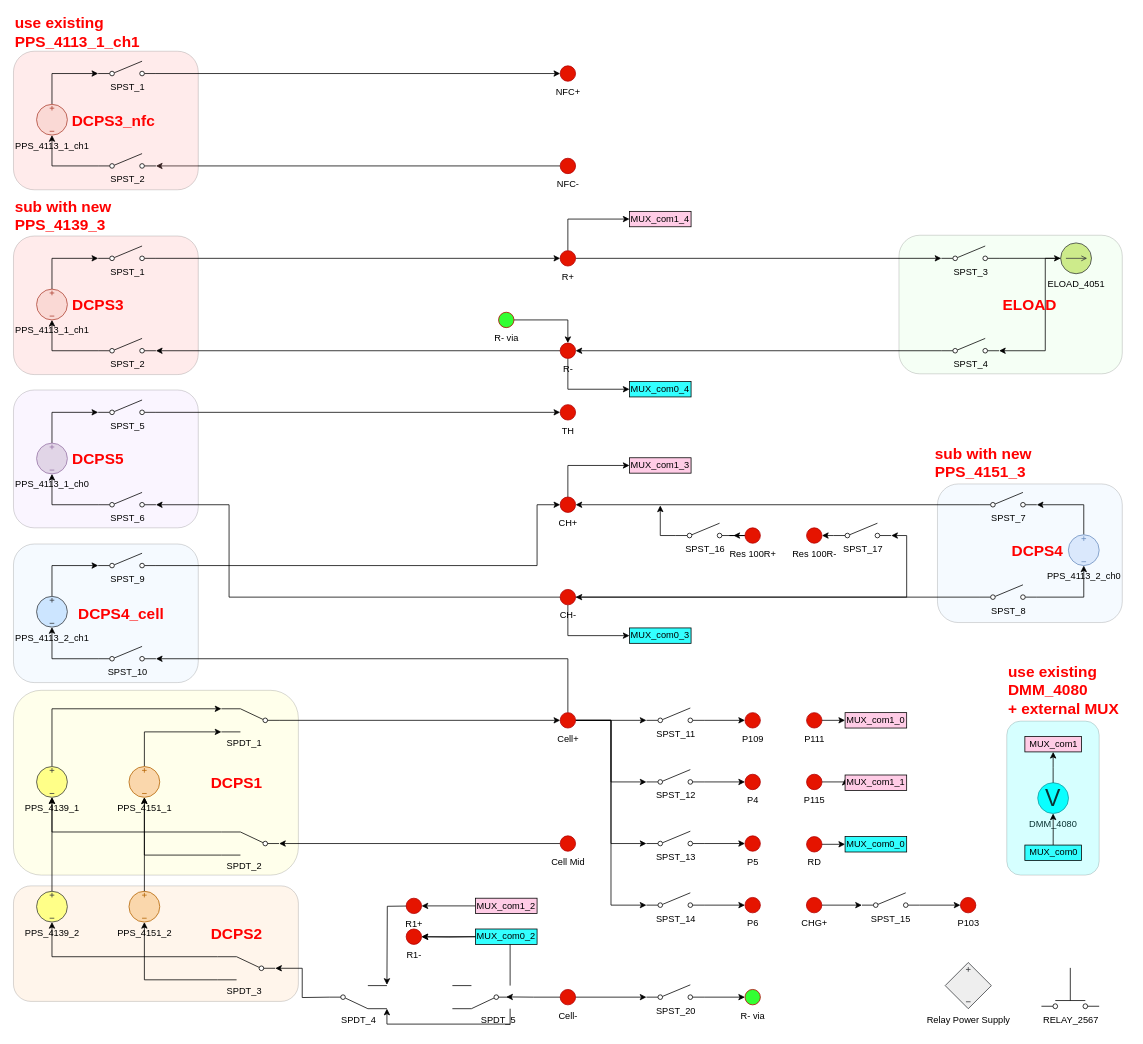
Earlier version of the draw.io diagram BMS_device_B.drawio (ktlim-xy/draw-io). Source tidied: cells renumbered, new cells numbered last; positions are measured from the earlier drawing's top-left corner, leaving out a move shared by most shapes. Both pictures are drawn from the tidied source at 77%, with x=0, y=0 at pixel (13, 20).
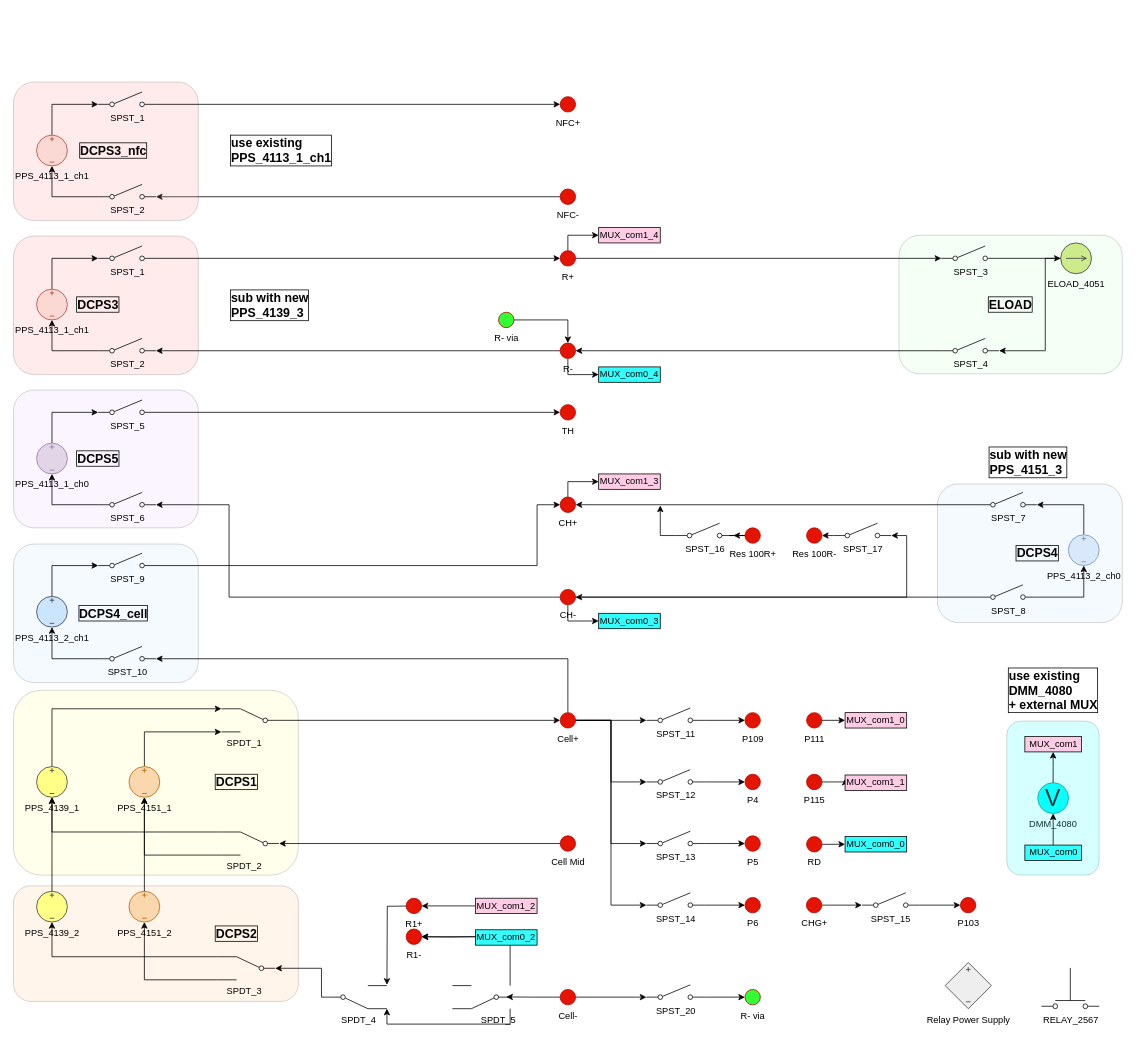
After the change.

The change refers to these unchanged cells:
```xml
<mxCell id="80" style="verticalLabelPosition=bottom;shadow=0;dashed=0;align=center;html=1;verticalAlign=top;shape=mxgraph.electrical.electro-mechanical.twoWayContact2;elSwitchState=2;rotation=-180;" parent="1" vertex="1">
  <mxGeometry x="265" y="1216" width="75" height="30" as="geometry" />
</mxCell>
```

What changed in the source:
```diff
@@
-    <mxCell id="97" value="&lt;span&gt;&lt;font style=&quot;color: rgb(255, 0, 0);&quot;&gt;DCPS1&lt;/font&gt;&lt;/span&gt;" style="text;html=1;whiteSpace=wrap;strokeColor=none;fillColor=none;align=center;verticalAlign=middle;rounded=0;fontSize=20;fontStyle=1;" parent="1" vertex="1">
+    <mxCell id="97" value="&lt;span&gt;&lt;font&gt;DCPS1&lt;/font&gt;&lt;/span&gt;" style="text;html=1;whiteSpace=wrap;strokeColor=none;fillColor=none;align=center;verticalAlign=middle;rounded=0;fontSize=16;fontStyle=1;fontColor=#000000;labelBorderColor=default;" parent="1" vertex="1">
       <mxGeometry x="260" y="974" width="60" height="30" as="geometry" />
     </mxCell>
-    <mxCell id="98" value="&lt;b&gt;&lt;font style=&quot;color: rgb(255, 0, 0);&quot;&gt;DCPS3&lt;/font&gt;&lt;/b&gt;" style="text;html=1;whiteSpace=wrap;strokeColor=none;fillColor=none;align=center;verticalAlign=middle;rounded=0;fontSize=20;" parent="1" vertex="1">
+    <mxCell id="98" value="&lt;span&gt;&lt;font&gt;DCPS3&lt;/font&gt;&lt;/span&gt;" style="text;html=1;whiteSpace=wrap;strokeColor=none;fillColor=none;align=center;verticalAlign=middle;rounded=0;fontSize=16;fontColor=#000000;fontStyle=1;labelBorderColor=default;" parent="1" vertex="1">
       <mxGeometry x="80" y="354" width="60" height="30" as="geometry" />
     </mxCell>
-    <mxCell id="99" value="&lt;b&gt;&lt;font style=&quot;color: rgb(255, 0, 0);&quot;&gt;DCPS4_cell&lt;/font&gt;&lt;/b&gt;" style="text;html=1;whiteSpace=wrap;strokeColor=none;fillColor=none;align=center;verticalAlign=middle;rounded=0;fontSize=20;" parent="1" vertex="1">
-      <mxGeometry x="110" y="755" width="60" height="30" as="geometry" />
+    <mxCell id="99" value="&lt;span&gt;&lt;font&gt;DCPS4_cell&lt;/font&gt;&lt;/span&gt;" style="text;html=1;whiteSpace=wrap;strokeColor=none;fillColor=none;align=center;verticalAlign=middle;rounded=0;fontSize=16;fontColor=#000000;fontStyle=1;labelBorderColor=default;" parent="1" vertex="1">
+      <mxGeometry x="100" y="755" width="60" height="30" as="geometry" />
     </mxCell>
-    <mxCell id="100" value="&lt;b&gt;&lt;font style=&quot;color: rgb(255, 0, 0);&quot;&gt;DCPS4&lt;/font&gt;&lt;/b&gt;" style="text;html=1;whiteSpace=wrap;strokeColor=none;fillColor=none;align=center;verticalAlign=middle;rounded=0;fontSize=20;" parent="1" vertex="1">
-      <mxGeometry x="1300" y="673" width="60" height="30" as="geometry" />
+    <mxCell id="100" value="&lt;span&gt;&lt;font&gt;DCPS4&lt;/font&gt;&lt;/span&gt;" style="text;html=1;whiteSpace=wrap;strokeColor=none;fillColor=none;align=center;verticalAlign=middle;rounded=0;fontSize=16;fontColor=#000000;fontStyle=1;labelBorderColor=default;" parent="1" vertex="1">
+      <mxGeometry x="1300" y="677" width="60" height="30" as="geometry" />
     </mxCell>
-    <mxCell id="101" value="&lt;b&gt;&lt;font style=&quot;color: rgb(255, 0, 0);&quot;&gt;DCPS5&lt;/font&gt;&lt;/b&gt;" style="text;html=1;whiteSpace=wrap;strokeColor=none;fillColor=none;align=center;verticalAlign=middle;rounded=0;fontSize=20;" parent="1" vertex="1">
+    <mxCell id="101" value="&lt;span&gt;&lt;font&gt;DCPS5&lt;/font&gt;&lt;/span&gt;" style="text;html=1;whiteSpace=wrap;strokeColor=none;fillColor=none;align=center;verticalAlign=middle;rounded=0;fontSize=16;fontColor=#000000;fontStyle=1;labelBorderColor=default;" parent="1" vertex="1">
       <mxGeometry x="80" y="554" width="60" height="30" as="geometry" />
     </mxCell>
-    <mxCell id="102" value="&lt;span&gt;&lt;font style=&quot;color: rgb(255, 0, 0);&quot;&gt;ELOAD&lt;/font&gt;&lt;/span&gt;" style="text;html=1;whiteSpace=wrap;strokeColor=none;fillColor=none;align=center;verticalAlign=middle;rounded=0;fontSize=20;fontStyle=1;" parent="1" vertex="1">
-      <mxGeometry x="1290" y="354" width="60" height="30" as="geometry" />
+    <mxCell id="102" value="&lt;span&gt;&lt;font&gt;ELOAD&lt;/font&gt;&lt;/span&gt;" style="text;html=1;whiteSpace=wrap;strokeColor=none;fillColor=none;align=center;verticalAlign=middle;rounded=0;fontSize=16;fontStyle=1;fontColor=#000000;labelBorderColor=default;" parent="1" vertex="1">
+      <mxGeometry x="1265" y="354" width="60" height="30" as="geometry" />
     </mxCell>
@@
     <mxCell id="112" style="edgeStyle=orthogonalEdgeStyle;rounded=0;jettySize=auto;html=1;exitX=0;exitY=0.5;exitDx=0;exitDy=0;entryX=0;entryY=0.5;entryDx=0;entryDy=0;" parent="1" edge="1" target="80">
       <mxGeometry relative="1" as="geometry">
         <mxPoint x="410" y="1268.5" as="sourcePoint" />
+        <Array as="points">
+          <mxPoint x="400" y="1269" />
+          <mxPoint x="400" y="1231" />
+        </Array>
       </mxGeometry>
     </mxCell>
@@
     <mxCell id="139" value="MUX_com1_3" style="rounded=0;whiteSpace=wrap;html=1;fillColor=#FFCCE6;" parent="1" vertex="1">
-      <mxGeometry x="800" y="568" width="80" height="20" as="geometry" />
+      <mxGeometry x="760" y="589" width="80" height="20" as="geometry" />
     </mxCell>
@@
     <mxCell id="144" value="MUX_com0_2" style="rounded=0;whiteSpace=wrap;html=1;fillColor=#33FFFF;" parent="1" vertex="1">
-      <mxGeometry x="600" y="1180" width="80" height="20" as="geometry" />
+      <mxGeometry x="600" y="1181" width="80" height="20" as="geometry" />
     </mxCell>
     <mxCell id="145" value="MUX_com0_3" style="rounded=0;whiteSpace=wrap;html=1;fillColor=#33FFFF;" parent="1" vertex="1">
-      <mxGeometry x="800" y="789" width="80" height="20" as="geometry" />
+      <mxGeometry x="760" y="770" width="80" height="20" as="geometry" />
     </mxCell>
     <mxCell id="146" value="MUX_com1_4" style="rounded=0;whiteSpace=wrap;html=1;fillColor=#FFCCE6;" parent="1" vertex="1">
-      <mxGeometry x="800" y="248" width="80" height="20" as="geometry" />
+      <mxGeometry x="760" y="269" width="80" height="20" as="geometry" />
     </mxCell>
     <mxCell id="147" value="MUX_com0_4" style="rounded=0;whiteSpace=wrap;html=1;fillColor=#33FFFF;" parent="1" vertex="1">
-      <mxGeometry x="800" y="469" width="80" height="20" as="geometry" />
+      <mxGeometry x="760" y="450" width="80" height="20" as="geometry" />
     </mxCell>
@@
     <mxCell id="149" value="NFC-" style="verticalLabelPosition=bottom;shadow=0;dashed=0;align=center;html=1;verticalAlign=top;strokeWidth=1;shape=ellipse;perimeter=ellipsePerimeter;fillColor=#e51400;fontColor=light-dark(#000000,#FF0000);strokeColor=#B20000;" parent="1" vertex="1">
-      <mxGeometry x="710" y="179" width="20" height="20" as="geometry" />
+      <mxGeometry x="710" y="219" width="20" height="20" as="geometry" />
     </mxCell>
     <mxCell id="150" value="NFC+" style="verticalLabelPosition=bottom;shadow=0;dashed=0;align=center;html=1;verticalAlign=top;strokeWidth=1;shape=ellipse;perimeter=ellipsePerimeter;fillColor=#e51400;fontColor=light-dark(#000000,#FF0000);strokeColor=#B20000;" parent="1" vertex="1">
-      <mxGeometry x="710" y="59" width="20" height="20" as="geometry" />
+      <mxGeometry x="710" y="99" width="20" height="20" as="geometry" />
     </mxCell>
@@
-    <mxCell id="154" value="sub with new&lt;br&gt;PPS_4139_3" style="text;html=1;whiteSpace=wrap;strokeColor=none;fillColor=none;align=left;verticalAlign=middle;rounded=0;fontStyle=1;fontColor=#FF0000;fontSize=20;" parent="1" vertex="1">
-      <mxGeometry y="238" width="140" height="30" as="geometry" />
+    <mxCell id="154" value="sub with new&lt;br&gt;PPS_4139_3" style="text;html=1;whiteSpace=wrap;strokeColor=none;fillColor=none;align=left;verticalAlign=middle;rounded=0;fontStyle=1;fontColor=#000000;fontSize=16;labelBorderColor=default;" parent="1" vertex="1">
+      <mxGeometry x="280" y="355" width="140" height="30" as="geometry" />
     </mxCell>
-    <mxCell id="155" value="use existing&lt;br&gt;PPS_4113_1_ch1" style="text;html=1;whiteSpace=wrap;strokeColor=none;fillColor=none;align=left;verticalAlign=middle;rounded=0;fontStyle=1;fontColor=#FF0000;fontSize=20;" parent="1" vertex="1">
-      <mxGeometry width="120" height="30" as="geometry" />
+    <mxCell id="155" value="use existing&lt;br&gt;PPS_4113_1_ch1" style="text;html=1;whiteSpace=wrap;strokeColor=none;fillColor=none;align=left;verticalAlign=middle;rounded=0;fontStyle=1;fontColor=#000000;fontSize=16;labelBorderColor=default;" parent="1" vertex="1">
+      <mxGeometry x="280" y="154" width="120" height="30" as="geometry" />
     </mxCell>
-    <mxCell id="156" value="sub with new&lt;br&gt;PPS_4151_3" style="text;html=1;whiteSpace=wrap;strokeColor=none;fillColor=none;align=left;verticalAlign=middle;rounded=0;fontStyle=1;fontColor=#FF0000;fontSize=20;" parent="1" vertex="1">
-      <mxGeometry x="1195" y="559" width="140" height="30" as="geometry" />
+    <mxCell id="156" value="sub with new&lt;br&gt;PPS_4151_3" style="text;html=1;whiteSpace=wrap;strokeColor=none;fillColor=none;align=left;verticalAlign=middle;rounded=0;fontStyle=1;fontColor=#000000;fontSize=16;labelBorderColor=default;" parent="1" vertex="1">
+      <mxGeometry x="1265" y="559" width="140" height="30" as="geometry" />
     </mxCell>
-    <mxCell id="157" value="use existing&lt;br&gt;DMM_4080&amp;nbsp;&lt;div&gt;+ external MUX&lt;/div&gt;" style="text;html=1;whiteSpace=wrap;strokeColor=none;fillColor=none;align=left;verticalAlign=middle;rounded=0;fontStyle=1;fontColor=#FF0000;fontSize=20;" parent="1" vertex="1">
-      <mxGeometry x="1290" y="840" width="150" height="58" as="geometry" />
+    <mxCell id="157" value="use existing&lt;br&gt;DMM_4080&amp;nbsp;&lt;div&gt;+ external MUX&lt;/div&gt;" style="text;html=1;whiteSpace=wrap;strokeColor=none;fillColor=none;align=left;verticalAlign=middle;rounded=0;fontStyle=1;fontColor=#000000;fontSize=16;labelBorderColor=default;" parent="1" vertex="1">
+      <mxGeometry x="1290" y="841" width="160" height="58" as="geometry" />
     </mxCell>
@@
-    <mxCell id="160" value="&lt;span&gt;&lt;font style=&quot;color: rgb(255, 0, 0);&quot;&gt;DCPS2&lt;/font&gt;&lt;/span&gt;" style="text;html=1;whiteSpace=wrap;strokeColor=none;fillColor=none;align=center;verticalAlign=middle;rounded=0;fontSize=20;fontStyle=1;" parent="1" vertex="1">
+    <mxCell id="160" value="&lt;span&gt;&lt;font&gt;DCPS2&lt;/font&gt;&lt;/span&gt;" style="text;html=1;whiteSpace=wrap;strokeColor=none;fillColor=none;align=center;verticalAlign=middle;rounded=0;fontSize=16;fontStyle=1;fontColor=#000000;labelBorderColor=default;" parent="1" vertex="1">
       <mxGeometry x="260" y="1171" width="60" height="30" as="geometry" />
     </mxCell>
     <mxCell id="161" style="rounded=1;whiteSpace=wrap;html=1;fillColor=#FF9999;gradientColor=none;fillStyle=auto;gradientDirection=radial;opacity=20;" parent="1" vertex="1">
-      <mxGeometry y="40" width="240" height="180" as="geometry" />
+      <mxGeometry y="80" width="240" height="180" as="geometry" />
     </mxCell>
@@
     <mxCell id="163" value="PPS_4113_1_ch1" style="verticalLabelPosition=bottom;shadow=0;dashed=0;align=center;html=1;verticalAlign=top;shape=mxgraph.electrical.signal_sources.source;points=[[0.5,0,0],[1,0.5,0],[0.5,1,0],[0,0.5,0]];elSignalType=dc3;rotation=0;fillColor=#fad9d5;strokeColor=#ae4132;" parent="1" vertex="1">
-      <mxGeometry x="30" y="109" width="40" height="40" as="geometry" />
+      <mxGeometry x="30" y="149" width="40" height="40" as="geometry" />
     </mxCell>
@@
     <mxCell id="165" value="SPST_1" style="html=1;shape=mxgraph.electrical.electro-mechanical.singleSwitch;elSwitchState=off;verticalAlign=top;labelPosition=center;verticalLabelPosition=bottom;align=center;" parent="1" vertex="1">
-      <mxGeometry x="110" y="53" width="75" height="20" as="geometry" />
+      <mxGeometry x="110" y="93" width="75" height="20" as="geometry" />
     </mxCell>
     <mxCell id="166" value="SPST_2" style="html=1;shape=mxgraph.electrical.electro-mechanical.singleSwitch;elSwitchState=off;verticalAlign=top;labelPosition=center;verticalLabelPosition=bottom;align=center;" parent="1" vertex="1">
-      <mxGeometry x="110" y="173" width="75" height="20" as="geometry" />
+      <mxGeometry x="110" y="213" width="75" height="20" as="geometry" />
     </mxCell>
@@
-    <mxCell id="168" value="&lt;b&gt;&lt;font style=&quot;color: rgb(255, 0, 0);&quot;&gt;DCPS3_nfc&lt;/font&gt;&lt;/b&gt;" style="text;html=1;whiteSpace=wrap;strokeColor=none;fillColor=none;align=center;verticalAlign=middle;rounded=0;fontSize=20;" parent="1" vertex="1">
-      <mxGeometry x="100" y="114" width="60" height="30" as="geometry" />
+    <mxCell id="168" value="&lt;span&gt;&lt;font&gt;DCPS3_nfc&lt;/font&gt;&lt;/span&gt;" style="text;html=1;whiteSpace=wrap;strokeColor=none;fillColor=none;align=center;verticalAlign=middle;rounded=0;fontSize=16;fontColor=#000000;fontStyle=1;labelBorderColor=default;" parent="1" vertex="1">
+      <mxGeometry x="100" y="154" width="60" height="30" as="geometry" />
     </mxCell>
```
